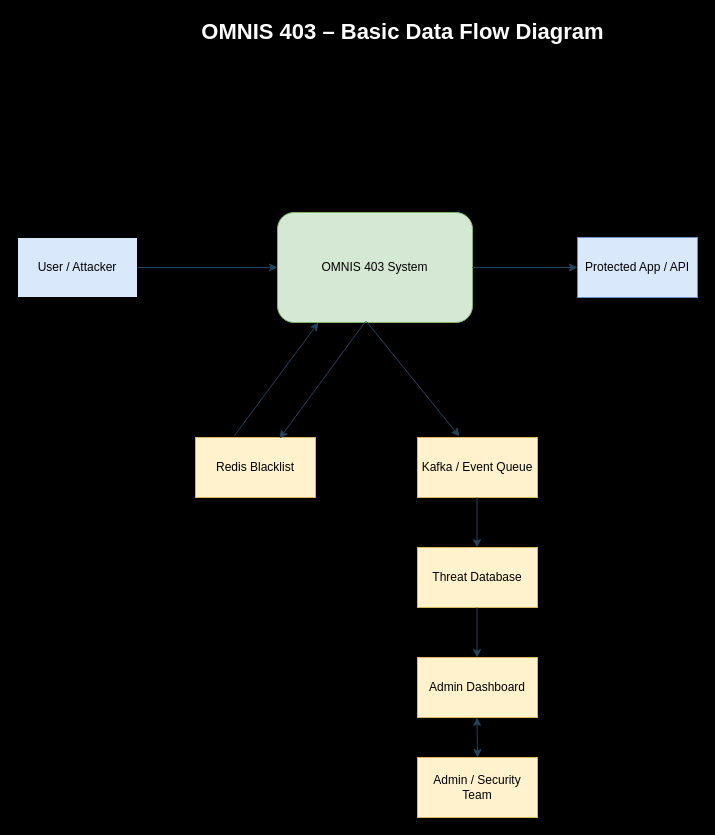
Earlier version of the draw.io diagram page "Page-1" (1 of 4) of System architecture/Diagram.drawio (Cynor2020/Omnis403). Source tidied: cells renumbered, new cells numbered last; positions are measured from the earlier drawing's top-left corner, leaving out a move shared by most shapes. Both pictures are drawn from the tidied source at 100%, with x=0, y=0 at pixel (17, 17).
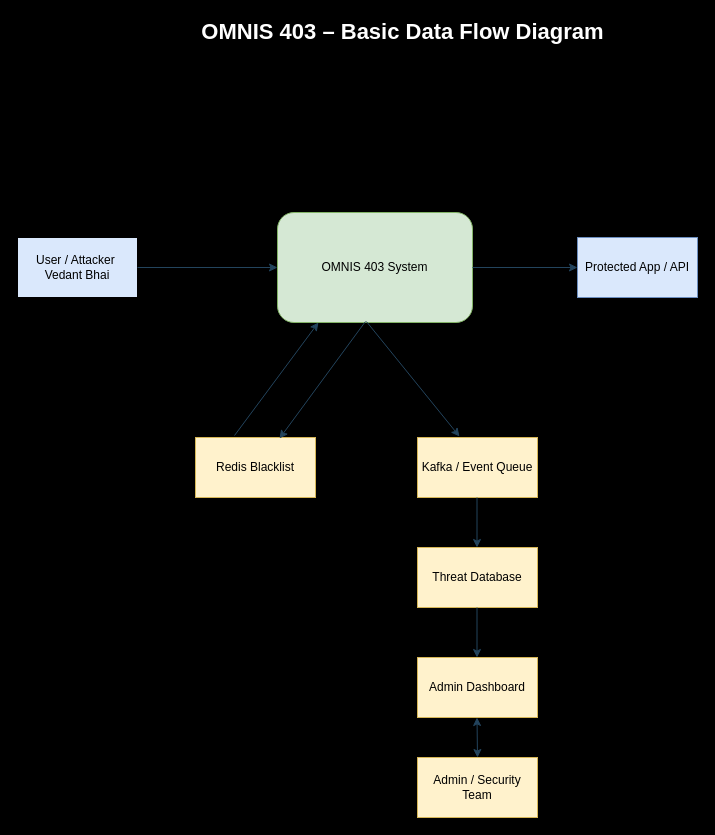
Above is the later version.

What changed in the source:
```diff
@@
-    <mxCell id="3" value="User / Attacker" style="rounded=0;whiteSpace=wrap;html=1;strokeColor=default;fillColor=#dae8fc;labelBorderColor=none;strokeWidth=1;" parent="1" vertex="1">
+    <mxCell id="3" value="User / Attacker&amp;nbsp; Vedant Bhai" style="rounded=0;whiteSpace=wrap;html=1;strokeColor=default;fillColor=#dae8fc;labelBorderColor=none;strokeWidth=1;" parent="1" vertex="1">
       <mxGeometry y="220" width="120" height="60" as="geometry" />
     </mxCell>
```
